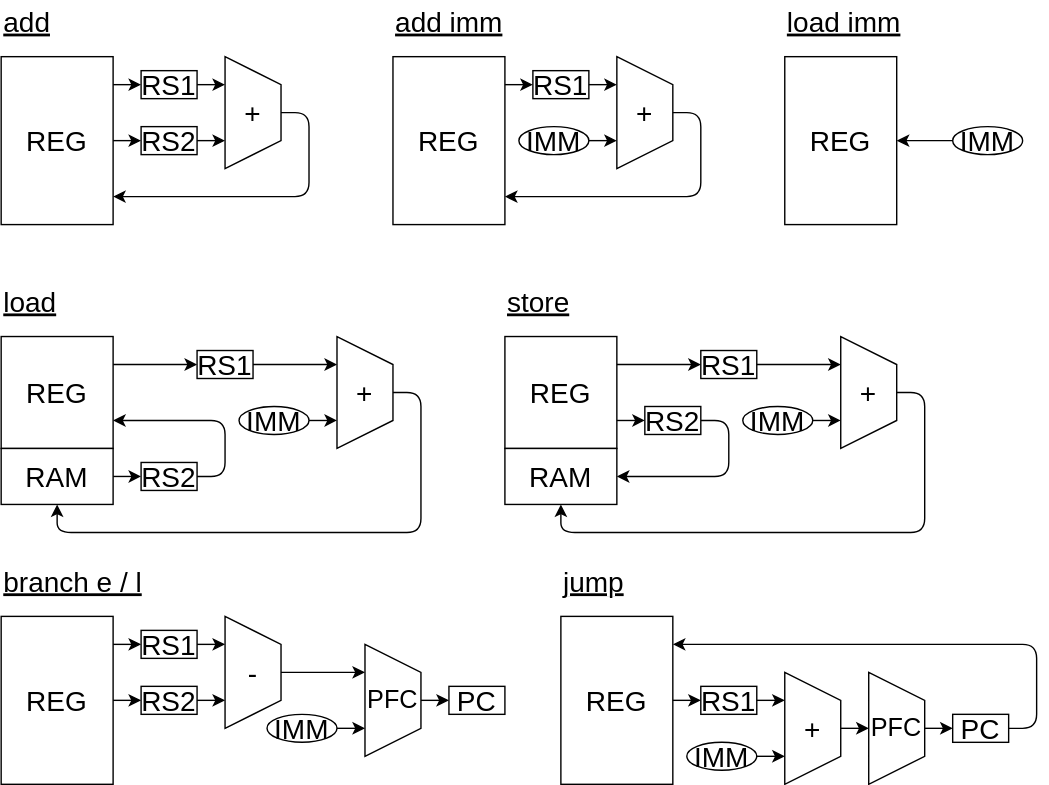
Before: Lab/Computer/Micon/01_CPU/img/decode.dio.svg, a diagram exported from draw.io (amane-uehara/kanade-k-1228.github.io). Source tidied: cells renumbered, new cells last; positions are measured from the earlier drawing's top-left corner, leaving out a move shared by most shapes.
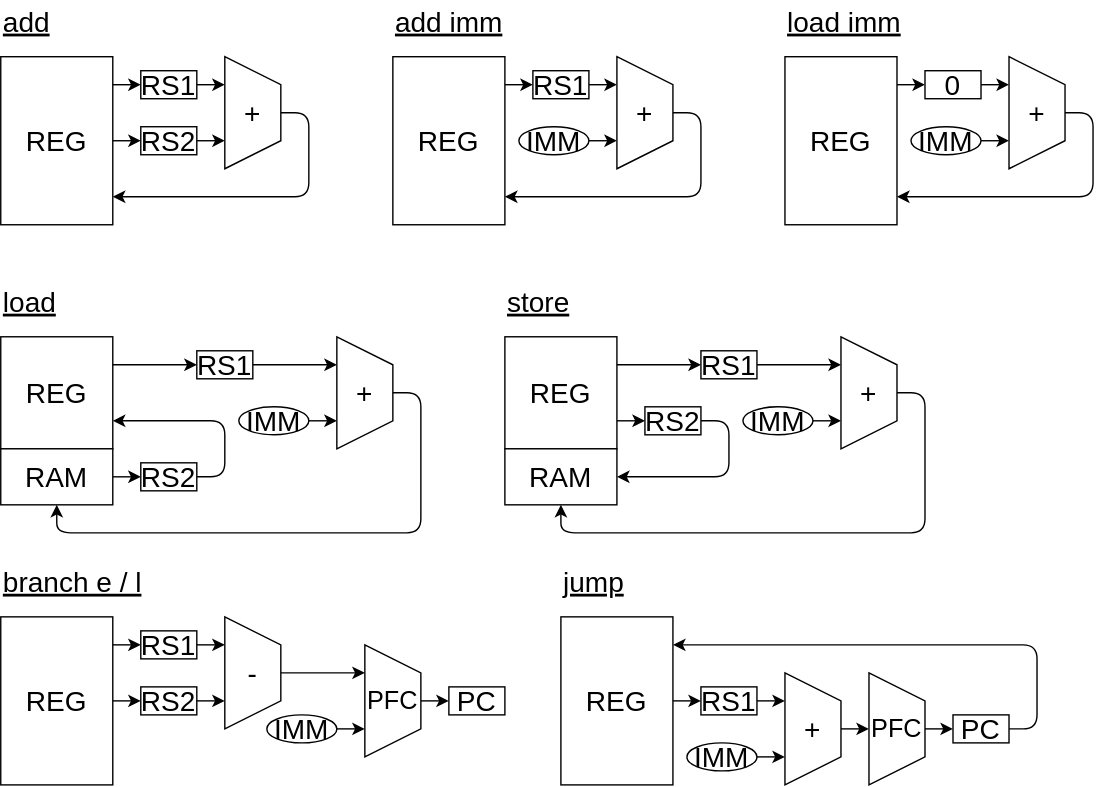
The same diagram one commit later.

Change to the diagram source:
```diff
@@ -61,12 +61,6 @@
     <mxCell id="15" value="REG" style="rounded=0;whiteSpace=wrap;html=1;fontSize=20;" parent="1" vertex="1">
       <mxGeometry x="560" y="40" width="80" height="120" as="geometry" />
     </mxCell>
-    <mxCell id="16" style="endArrow=classic;html=1;fontSize=20;" parent="1" edge="1">
-      <mxGeometry relative="1" as="geometry">
-        <mxPoint x="680" y="100" as="sourcePoint" />
-        <mxPoint x="640" y="100" as="targetPoint" />
-      </mxGeometry>
-    </mxCell>
     <mxCell id="17" value="branch e / l" style="text;html=1;strokeColor=none;fillColor=none;align=left;verticalAlign=middle;whiteSpace=wrap;rounded=0;fontSize=20;fontStyle=4;" parent="1" vertex="1">
       <mxGeometry y="400" width="120" height="30" as="geometry" />
     </mxCell>
@@ -359,14 +353,48 @@
     <mxCell id="75" value="IMM" style="ellipse;whiteSpace=wrap;html=1;fontSize=20;" parent="1" vertex="1">
       <mxGeometry x="530" y="290" width="50" height="20" as="geometry" />
     </mxCell>
-    <mxCell id="76" value="IMM" style="ellipse;whiteSpace=wrap;html=1;fontSize=20;" parent="1" vertex="1">
-      <mxGeometry x="680" y="90" width="50" height="20" as="geometry" />
-    </mxCell>
     <mxCell id="77" value="IMM" style="ellipse;whiteSpace=wrap;html=1;fontSize=20;" parent="1" vertex="1">
       <mxGeometry x="190" y="510" width="50" height="20" as="geometry" />
     </mxCell>
     <mxCell id="78" value="IMM" style="ellipse;whiteSpace=wrap;html=1;fontSize=20;" parent="1" vertex="1">
       <mxGeometry x="490" y="530" width="50" height="20" as="geometry" />
     </mxCell>
+    <mxCell id="79" value="+" style="shape=trapezoid;perimeter=trapezoidPerimeter;whiteSpace=wrap;html=1;fixedSize=1;fontSize=20;direction=south;" parent="1" vertex="1">
+      <mxGeometry x="720" y="40" width="40" height="80" as="geometry" />
+    </mxCell>
+    <mxCell id="80" style="endArrow=classic;html=1;fontSize=20;" parent="1" edge="1">
+      <mxGeometry relative="1" as="geometry">
+        <mxPoint x="760" y="80" as="sourcePoint" />
+        <mxPoint x="640" y="140" as="targetPoint" />
+        <Array as="points">
+          <mxPoint x="780" y="80" />
+          <mxPoint x="780" y="140" />
+        </Array>
+      </mxGeometry>
+    </mxCell>
+    <mxCell id="81" value="0" style="rounded=0;whiteSpace=wrap;html=1;fontSize=20;" parent="1" vertex="1">
+      <mxGeometry x="660" y="50" width="40" height="20" as="geometry" />
+    </mxCell>
+    <mxCell id="82" style="endArrow=classic;html=1;fontSize=20;" parent="1" edge="1">
+      <mxGeometry relative="1" as="geometry">
+        <mxPoint x="640" y="60" as="sourcePoint" />
+        <mxPoint x="660" y="60" as="targetPoint" />
+      </mxGeometry>
+    </mxCell>
+    <mxCell id="83" style="endArrow=classic;html=1;fontSize=20;" parent="1" edge="1">
+      <mxGeometry relative="1" as="geometry">
+        <mxPoint x="700" y="60" as="sourcePoint" />
+        <mxPoint x="720" y="60" as="targetPoint" />
+      </mxGeometry>
+    </mxCell>
+    <mxCell id="84" style="endArrow=classic;html=1;fontSize=20;" parent="1" edge="1">
+      <mxGeometry relative="1" as="geometry">
+        <mxPoint x="700" y="100" as="sourcePoint" />
+        <mxPoint x="720" y="100" as="targetPoint" />
+      </mxGeometry>
+    </mxCell>
+    <mxCell id="76" value="IMM" style="ellipse;whiteSpace=wrap;html=1;fontSize=20;" parent="1" vertex="1">
+      <mxGeometry x="650" y="90" width="50" height="20" as="geometry" />
+    </mxCell>
   </root>
 </mxGraphModel>
```
